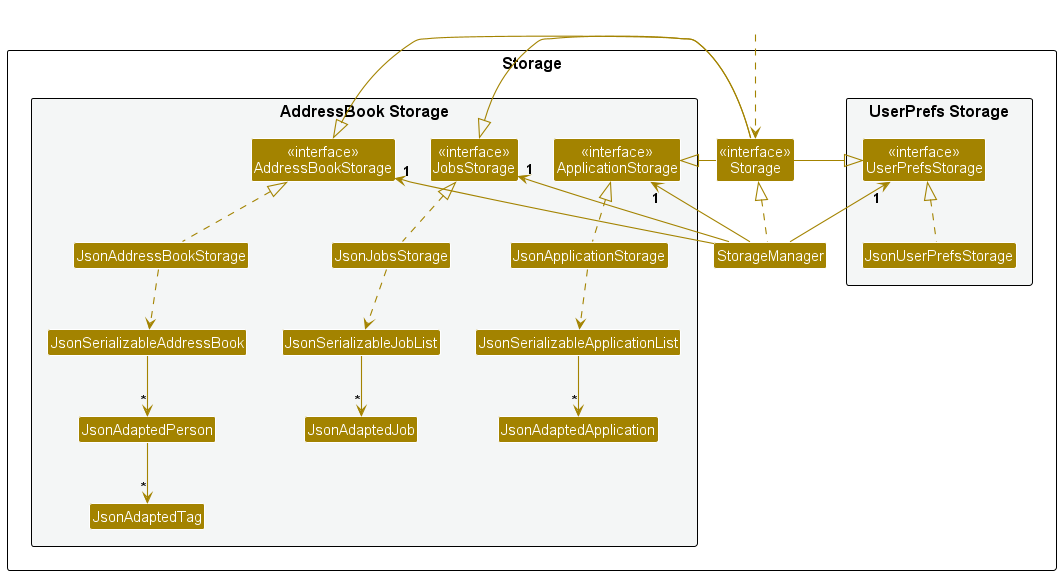
Before: docs/images/StorageClassDiagram.png, a diagram exported from PlantUML (leeweiming3/tp).
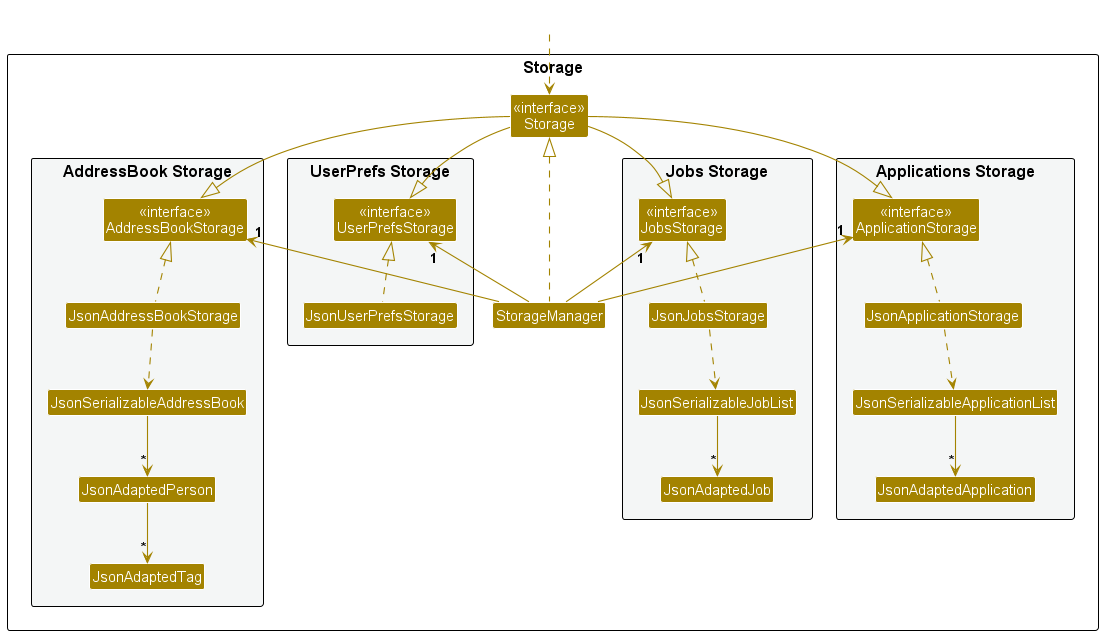
Later version of the same file.

Commit message:
make small changes to Storage UML diagram

Diff of the diagram source:
```diff
@@ -20,10 +20,16 @@
 Class JsonSerializableAddressBook
 Class JsonAdaptedPerson
 Class JsonAdaptedTag
+}
+
+package "Jobs Storage" #F4F6F6{
 Class "<<interface>>\nJobsStorage" as JobsStorage
 Class JsonJobsStorage
 Class JsonSerializableJobList
 Class JsonAdaptedJob
+}
+
+package "Applications Storage" #F4F6F6{
 Class "<<interface>>\nApplicationStorage" as ApplicationStorage
 Class JsonApplicationStorage
 Class JsonSerializableApplicationList
@@ -41,9 +47,9 @@
 StorageManager -up-> "1" JobsStorage
 StorageManager -up-> "1" ApplicationStorage
 
-Storage -left-|> ApplicationStorage
-Storage -left-|> JobsStorage
-Storage -left-|> UserPrefsStorage
+Storage -down-|> ApplicationStorage
+Storage -down-|> JobsStorage
+Storage -down-|> UserPrefsStorage
 Storage -right-|> AddressBookStorage
 
 JsonUserPrefsStorage .up.|> UserPrefsStorage
```
